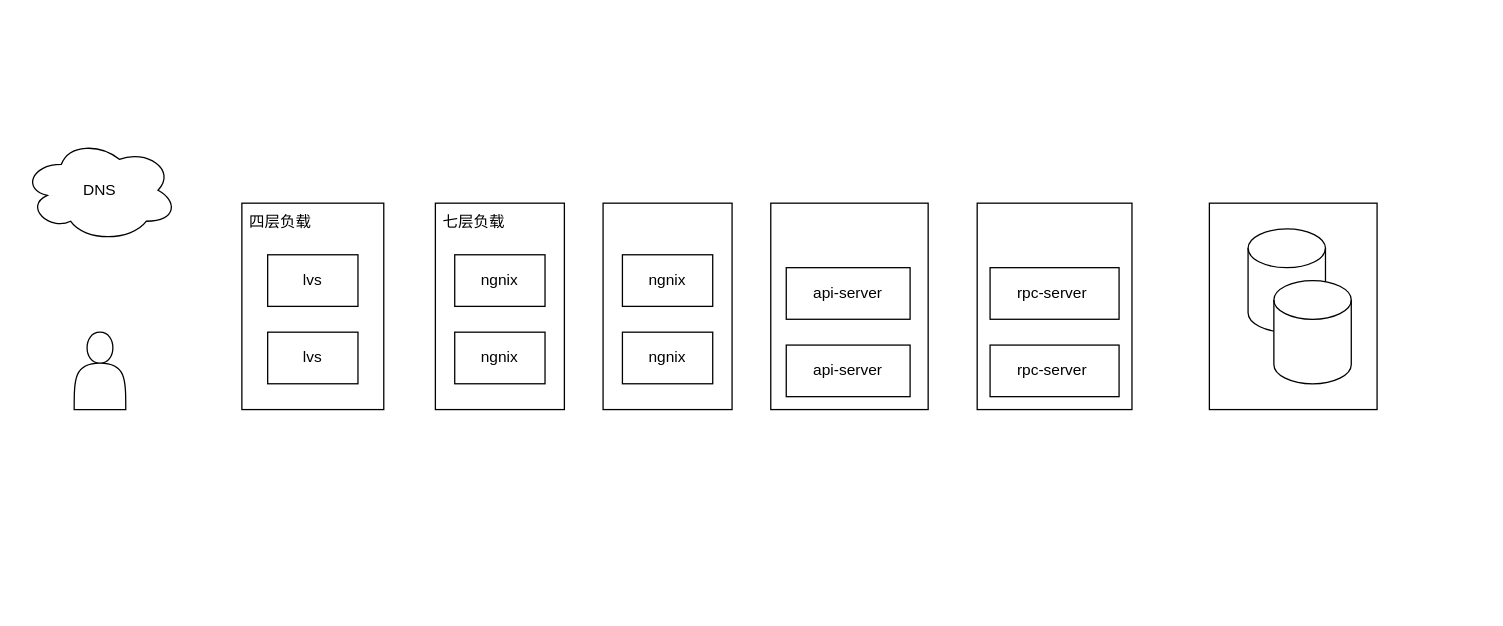
wxquare/wxquare.github.io keeps this draw.io diagram as page "负载均衡器和反向代理" (16 of 16) of source/diagrams/hotel.drawio. Above is the earlier version. Source tidied: cells renumbered, new cells numbered last; positions are measured from the earlier drawing's top-left corner, leaving out a move shared by most shapes. Both pictures are drawn from the tidied source at 129%, with x=0, y=0 at pixel (22, 138).
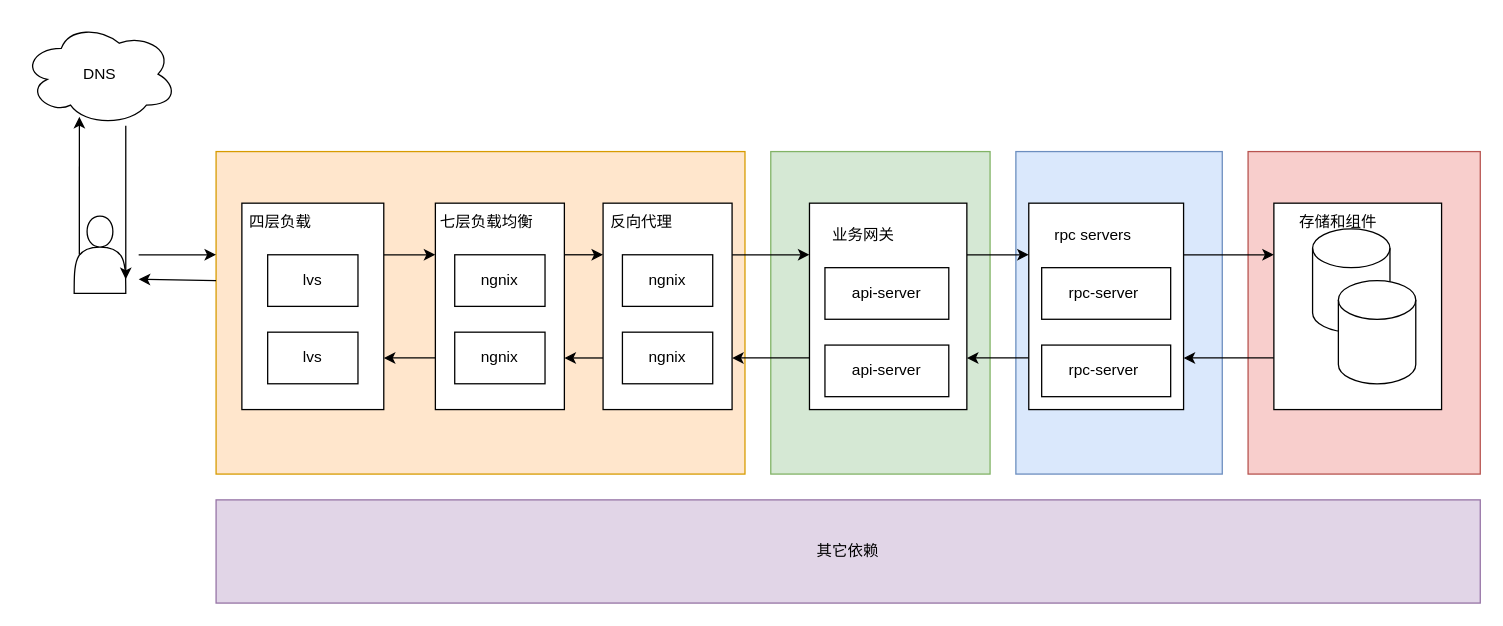
Above is the later version.

The change refers to these unchanged cells:
```xml
<mxCell id="5" style="rounded=0;whiteSpace=wrap;html=1;" parent="1" vertex="1">
  <mxGeometry x="450" y="50" width="100" height="160" as="geometry" />
</mxCell>
<mxCell id="6" style="rounded=0;whiteSpace=wrap;html=1;" parent="1" vertex="1">
  <mxGeometry x="320" y="50" width="100" height="160" as="geometry" />
</mxCell>
<mxCell id="7" style="rounded=0;whiteSpace=wrap;html=1;" parent="1" vertex="1">
  <mxGeometry x="170" y="50" width="110" height="160" as="geometry" />
</mxCell>
```

Diff of the diagram source:
```diff
@@
+    <mxCell id="24" style="rounded=0;whiteSpace=wrap;html=1;fillColor=#f8cecc;strokeColor=#b85450;" parent="1" vertex="1">
+      <mxGeometry x="950" y="10" width="180" height="250" as="geometry" />
+    </mxCell>
+    <mxCell id="25" style="rounded=0;whiteSpace=wrap;html=1;fillColor=#dae8fc;strokeColor=#6c8ebf;" parent="1" vertex="1">
+      <mxGeometry x="770" y="10" width="160" height="250" as="geometry" />
+    </mxCell>
+    <mxCell id="26" style="rounded=0;whiteSpace=wrap;html=1;fillColor=#d5e8d4;strokeColor=#82b366;" parent="1" vertex="1">
+      <mxGeometry x="580" y="10" width="170" height="250" as="geometry" />
+    </mxCell>
+    <mxCell id="27" style="rounded=0;whiteSpace=wrap;html=1;fillColor=#ffe6cc;strokeColor=#d79b00;" parent="1" vertex="1">
+      <mxGeometry x="150" y="10" width="410" height="250" as="geometry" />
+    </mxCell>
+    <mxCell id="28" style="edgeStyle=orthogonalEdgeStyle;rounded=0;jettySize=auto;html=1;exitX=0;exitY=0.75;exitDx=0;exitDy=0;entryX=1;entryY=0.75;entryDx=0;entryDy=0;" parent="1" edge="1" source="2" target="3">
+      <mxGeometry relative="1" as="geometry" />
+    </mxCell>
     <mxCell id="2" style="rounded=0;whiteSpace=wrap;html=1;" parent="1" vertex="1">
-      <mxGeometry x="920" y="50" width="130" height="160" as="geometry" />
+      <mxGeometry x="970" y="50" width="130" height="160" as="geometry" />
     </mxCell>
+    <mxCell id="29" style="edgeStyle=orthogonalEdgeStyle;rounded=0;jettySize=auto;html=1;exitX=1;exitY=0.25;exitDx=0;exitDy=0;entryX=0;entryY=0.25;entryDx=0;entryDy=0;" parent="1" edge="1" source="3" target="2">
+      <mxGeometry relative="1" as="geometry" />
+    </mxCell>
+    <mxCell id="30" style="edgeStyle=orthogonalEdgeStyle;rounded=0;jettySize=auto;html=1;exitX=0;exitY=0.75;exitDx=0;exitDy=0;entryX=1;entryY=0.75;entryDx=0;entryDy=0;" parent="1" edge="1" source="3" target="4">
+      <mxGeometry relative="1" as="geometry" />
+    </mxCell>
     <mxCell id="3" style="rounded=0;whiteSpace=wrap;html=1;" parent="1" vertex="1">
-      <mxGeometry x="740" y="50" width="120" height="160" as="geometry" />
+      <mxGeometry x="780" y="50" width="120" height="160" as="geometry" />
     </mxCell>
+    <mxCell id="31" style="edgeStyle=orthogonalEdgeStyle;rounded=0;jettySize=auto;html=1;exitX=1;exitY=0.25;exitDx=0;exitDy=0;entryX=0;entryY=0.25;entryDx=0;entryDy=0;" parent="1" edge="1" source="4" target="3">
+      <mxGeometry relative="1" as="geometry" />
+    </mxCell>
+    <mxCell id="32" style="edgeStyle=orthogonalEdgeStyle;rounded=0;jettySize=auto;html=1;exitX=0;exitY=0.75;exitDx=0;exitDy=0;entryX=1;entryY=0.75;entryDx=0;entryDy=0;" parent="1" edge="1" source="4" target="5">
+      <mxGeometry relative="1" as="geometry" />
+    </mxCell>
     <mxCell id="4" style="rounded=0;whiteSpace=wrap;html=1;" parent="1" vertex="1">
-      <mxGeometry x="580" y="50" width="122" height="160" as="geometry" />
+      <mxGeometry x="610" y="50" width="122" height="160" as="geometry" />
     </mxCell>
+    <mxCell id="33" style="edgeStyle=orthogonalEdgeStyle;rounded=0;jettySize=auto;html=1;exitX=1;exitY=0.25;exitDx=0;exitDy=0;entryX=0;entryY=0.25;entryDx=0;entryDy=0;" parent="1" edge="1" source="5" target="4">
+      <mxGeometry relative="1" as="geometry" />
+    </mxCell>
+    <mxCell id="34" style="edgeStyle=orthogonalEdgeStyle;rounded=0;jettySize=auto;html=1;exitX=0;exitY=0.75;exitDx=0;exitDy=0;entryX=1;entryY=0.75;entryDx=0;entryDy=0;" parent="1" edge="1" source="5" target="6">
+      <mxGeometry relative="1" as="geometry" />
+    </mxCell>
@@
+    <mxCell id="35" style="edgeStyle=orthogonalEdgeStyle;rounded=0;jettySize=auto;html=1;exitX=1;exitY=0.25;exitDx=0;exitDy=0;entryX=0;entryY=0.25;entryDx=0;entryDy=0;" parent="1" edge="1" source="6" target="5">
+      <mxGeometry relative="1" as="geometry" />
+    </mxCell>
+    <mxCell id="36" style="edgeStyle=orthogonalEdgeStyle;rounded=0;jettySize=auto;html=1;exitX=0;exitY=0.75;exitDx=0;exitDy=0;entryX=1;entryY=0.75;entryDx=0;entryDy=0;" parent="1" edge="1" source="6" target="7">
+      <mxGeometry relative="1" as="geometry" />
+    </mxCell>
@@
+    <mxCell id="37" style="edgeStyle=orthogonalEdgeStyle;rounded=0;jettySize=auto;html=1;exitX=1;exitY=0.25;exitDx=0;exitDy=0;entryX=0;entryY=0.25;entryDx=0;entryDy=0;" parent="1" edge="1" source="7" target="6">
+      <mxGeometry relative="1" as="geometry" />
+    </mxCell>
@@
     <mxCell id="11" style="shape=actor;whiteSpace=wrap;html=1;" parent="1" vertex="1">
-      <mxGeometry x="40" y="150" width="40" height="60" as="geometry" />
+      <mxGeometry x="40" y="60" width="40" height="60" as="geometry" />
     </mxCell>
     <mxCell id="12" value="DNS" style="ellipse;shape=cloud;whiteSpace=wrap;html=1;" parent="1" vertex="1">
-      <mxGeometry width="120" height="80" as="geometry" />
+      <mxGeometry y="-90" width="120" height="80" as="geometry" />
     </mxCell>
@@
     <mxCell id="16" value="api-server" style="rounded=0;whiteSpace=wrap;html=1;" parent="1" vertex="1">
-      <mxGeometry x="592" y="100" width="96" height="40" as="geometry" />
+      <mxGeometry x="622" y="100" width="96" height="40" as="geometry" />
     </mxCell>
     <mxCell id="17" value="api-server" style="rounded=0;whiteSpace=wrap;html=1;" parent="1" vertex="1">
-      <mxGeometry x="592" y="160" width="96" height="40" as="geometry" />
+      <mxGeometry x="622" y="160" width="96" height="40" as="geometry" />
     </mxCell>
     <mxCell id="18" value="rpc-server&amp;nbsp;" style="rounded=0;whiteSpace=wrap;html=1;" parent="1" vertex="1">
-      <mxGeometry x="750" y="100" width="100" height="40" as="geometry" />
+      <mxGeometry x="790" y="100" width="100" height="40" as="geometry" />
     </mxCell>
     <mxCell id="19" value="rpc-server&amp;nbsp;" style="rounded=0;whiteSpace=wrap;html=1;" parent="1" vertex="1">
-      <mxGeometry x="750" y="160" width="100" height="40" as="geometry" />
+      <mxGeometry x="790" y="160" width="100" height="40" as="geometry" />
     </mxCell>
     <mxCell id="20" style="shape=cylinder3;whiteSpace=wrap;html=1;boundedLbl=1;backgroundOutline=1;size=15;" parent="1" vertex="1">
-      <mxGeometry x="950" y="70" width="60" height="80" as="geometry" />
+      <mxGeometry x="1000" y="70" width="60" height="80" as="geometry" />
     </mxCell>
     <mxCell id="21" style="shape=cylinder3;whiteSpace=wrap;html=1;boundedLbl=1;backgroundOutline=1;size=15;" parent="1" vertex="1">
-      <mxGeometry x="970" y="110" width="60" height="80" as="geometry" />
+      <mxGeometry x="1020" y="110" width="60" height="80" as="geometry" />
     </mxCell>
@@
-    <mxCell id="23" value="七层负载" style="text;html=1;align=center;verticalAlign=middle;whiteSpace=wrap;rounded=0;" parent="1" vertex="1">
-      <mxGeometry x="320" y="50" width="60" height="30" as="geometry" />
+    <mxCell id="23" value="七层负载均衡" style="text;html=1;align=center;verticalAlign=middle;whiteSpace=wrap;rounded=0;" parent="1" vertex="1">
+      <mxGeometry x="320" y="50" width="80" height="30" as="geometry" />
     </mxCell>
+    <mxCell id="38" value="反向代理" style="text;html=1;align=center;verticalAlign=middle;whiteSpace=wrap;rounded=0;" parent="1" vertex="1">
+      <mxGeometry x="450" y="50" width="60" height="30" as="geometry" />
+    </mxCell>
+    <mxCell id="39" value="业务网关" style="text;html=1;align=center;verticalAlign=middle;whiteSpace=wrap;rounded=0;" parent="1" vertex="1">
+      <mxGeometry x="622" y="60" width="60" height="30" as="geometry" />
+    </mxCell>
+    <mxCell id="40" value="rpc servers" style="text;html=1;align=center;verticalAlign=middle;whiteSpace=wrap;rounded=0;" parent="1" vertex="1">
+      <mxGeometry x="790" y="60" width="80" height="30" as="geometry" />
+    </mxCell>
+    <mxCell id="41" value="存储和组件" style="text;html=1;align=center;verticalAlign=middle;whiteSpace=wrap;rounded=0;" parent="1" vertex="1">
+      <mxGeometry x="980" y="50" width="80" height="30" as="geometry" />
+    </mxCell>
+    <mxCell id="42" style="edgeStyle=orthogonalEdgeStyle;rounded=0;jettySize=auto;html=1;exitX=0.1;exitY=0.5;exitDx=0;exitDy=0;exitPerimeter=0;entryX=0.367;entryY=0.913;entryDx=0;entryDy=0;entryPerimeter=0;" parent="1" edge="1" source="11" target="12">
+      <mxGeometry relative="1" as="geometry" />
+    </mxCell>
+    <mxCell id="43" style="edgeStyle=orthogonalEdgeStyle;rounded=0;orthogonalLoop=1;jettySize=auto;html=1;exitX=1;exitY=0.75;exitDx=0;exitDy=0;entryX=0.667;entryY=0.95;entryDx=0;entryDy=0;entryPerimeter=0;startArrow=classic;startFill=1;endArrow=none;endFill=0;" parent="1" edge="1">
+      <mxGeometry relative="1" as="geometry">
+        <mxPoint x="80" y="109" as="sourcePoint" />
+        <mxPoint x="80" y="-10" as="targetPoint" />
+      </mxGeometry>
+    </mxCell>
+    <mxCell id="44" style="endArrow=classic;html=1;rounded=0;" parent="1" edge="1">
+      <mxGeometry relative="1" as="geometry">
+        <mxPoint x="90" y="90" as="sourcePoint" />
+        <mxPoint x="150" y="90" as="targetPoint" />
+      </mxGeometry>
+    </mxCell>
+    <mxCell id="45" style="endArrow=classic;html=1;rounded=0;" parent="1" edge="1">
+      <mxGeometry relative="1" as="geometry">
+        <mxPoint x="150" y="110" as="sourcePoint" />
+        <mxPoint x="90" y="109" as="targetPoint" />
+      </mxGeometry>
+    </mxCell>
+    <mxCell id="46" value="其它依赖" style="rounded=0;whiteSpace=wrap;html=1;fillColor=#e1d5e7;strokeColor=#9673a6;" parent="1" vertex="1">
+      <mxGeometry x="150" y="280" width="980" height="80" as="geometry" />
+    </mxCell>
```
